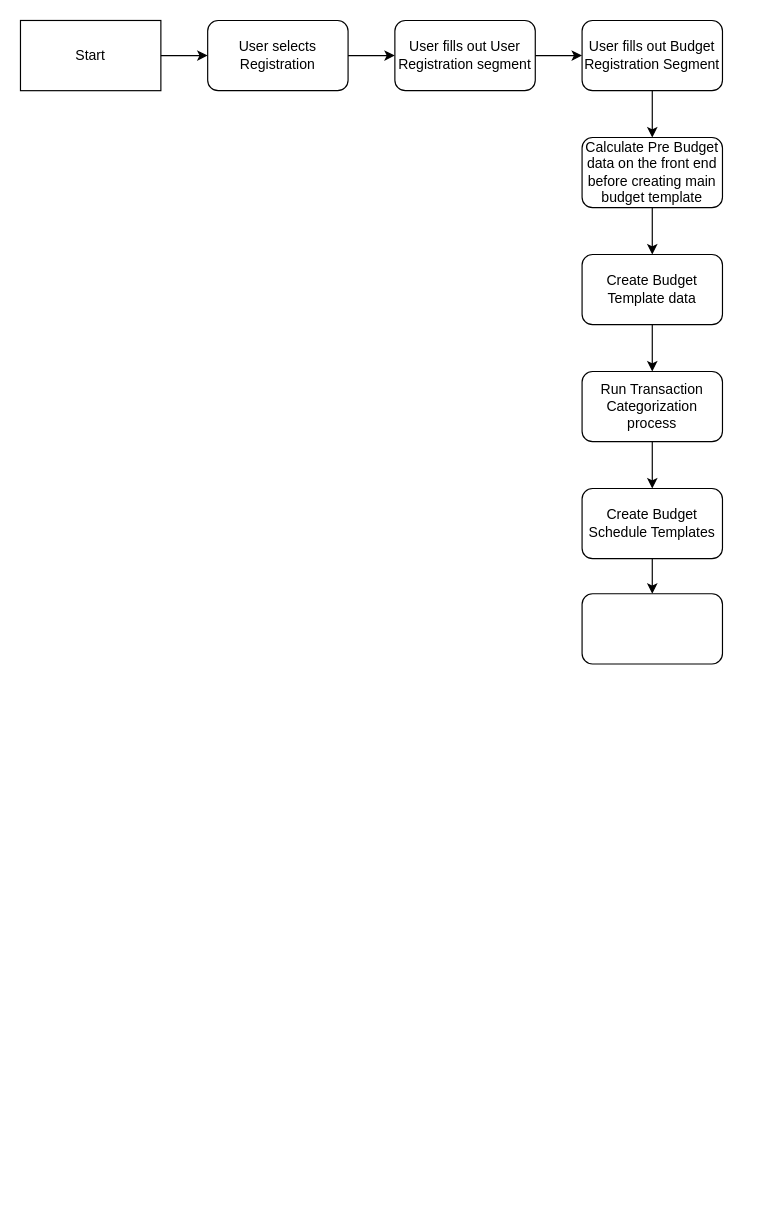
Earlier version of the draw.io diagram BudgetRegistrationFlow.drawio (AKing982/BudgetBuddy). Source tidied: cells renumbered, new cells numbered last; positions are measured from the earlier drawing's top-left corner, leaving out a move shared by most shapes. Both pictures are drawn from the tidied source at 117%, with x=0, y=0 at pixel (20, 20).
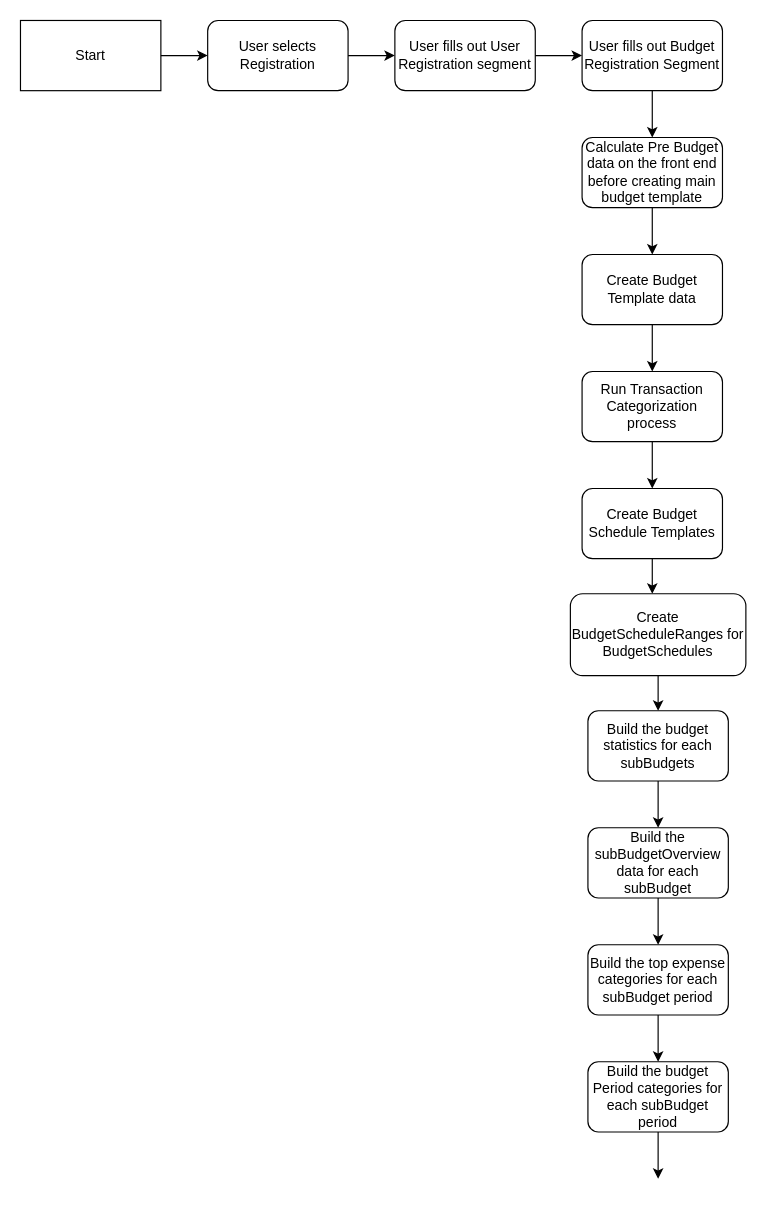
The same diagram, later.

What changed in the source:
```diff
@@
-    <mxCell id="18" style="rounded=1;whiteSpace=wrap;html=1;" parent="1" vertex="1">
-      <mxGeometry x="480" y="490" width="120" height="60" as="geometry" />
+    <mxCell id="18" value="Create BudgetScheduleRanges for BudgetSchedules" style="rounded=1;whiteSpace=wrap;html=1;" parent="1" vertex="1">
+      <mxGeometry x="470" y="490" width="150" height="70" as="geometry" />
     </mxCell>
+    <mxCell id="19" style="endArrow=classic;html=1;rounded=0;exitX=0.5;exitY=1;exitDx=0;exitDy=0;" parent="1" edge="1" source="18">
+      <mxGeometry relative="1" as="geometry">
+        <mxPoint x="545" y="590" as="targetPoint" />
+      </mxGeometry>
+    </mxCell>
+    <mxCell id="20" value="Build the budget statistics for each subBudgets" style="rounded=1;whiteSpace=wrap;html=1;" parent="1" vertex="1">
+      <mxGeometry x="485" y="590" width="120" height="60" as="geometry" />
+    </mxCell>
+    <mxCell id="21" style="endArrow=classic;html=1;rounded=0;exitX=0.5;exitY=1;exitDx=0;exitDy=0;" parent="1" edge="1" source="20">
+      <mxGeometry relative="1" as="geometry">
+        <mxPoint x="545" y="690" as="targetPoint" />
+      </mxGeometry>
+    </mxCell>
+    <mxCell id="22" value="Build the subBudgetOverview data for each subBudget" style="rounded=1;whiteSpace=wrap;html=1;" parent="1" vertex="1">
+      <mxGeometry x="485" y="690" width="120" height="60" as="geometry" />
+    </mxCell>
+    <mxCell id="23" style="endArrow=classic;html=1;rounded=0;exitX=0.5;exitY=1;exitDx=0;exitDy=0;" parent="1" edge="1" source="22">
+      <mxGeometry relative="1" as="geometry">
+        <mxPoint x="545" y="790" as="targetPoint" />
+      </mxGeometry>
+    </mxCell>
+    <mxCell id="24" value="Build the top expense categories for each subBudget period" style="rounded=1;whiteSpace=wrap;html=1;" parent="1" vertex="1">
+      <mxGeometry x="485" y="790" width="120" height="60" as="geometry" />
+    </mxCell>
+    <mxCell id="25" style="endArrow=classic;html=1;rounded=0;exitX=0.5;exitY=1;exitDx=0;exitDy=0;" parent="1" edge="1" source="24">
+      <mxGeometry relative="1" as="geometry">
+        <mxPoint x="545" y="890" as="targetPoint" />
+      </mxGeometry>
+    </mxCell>
+    <mxCell id="26" value="Build the budget Period categories for each subBudget period" style="rounded=1;whiteSpace=wrap;html=1;" parent="1" vertex="1">
+      <mxGeometry x="485" y="890" width="120" height="60" as="geometry" />
+    </mxCell>
+    <mxCell id="27" style="endArrow=classic;html=1;rounded=0;exitX=0.5;exitY=1;exitDx=0;exitDy=0;" parent="1" edge="1" source="26">
+      <mxGeometry relative="1" as="geometry">
+        <mxPoint x="545" y="990" as="targetPoint" />
+      </mxGeometry>
+    </mxCell>
```
